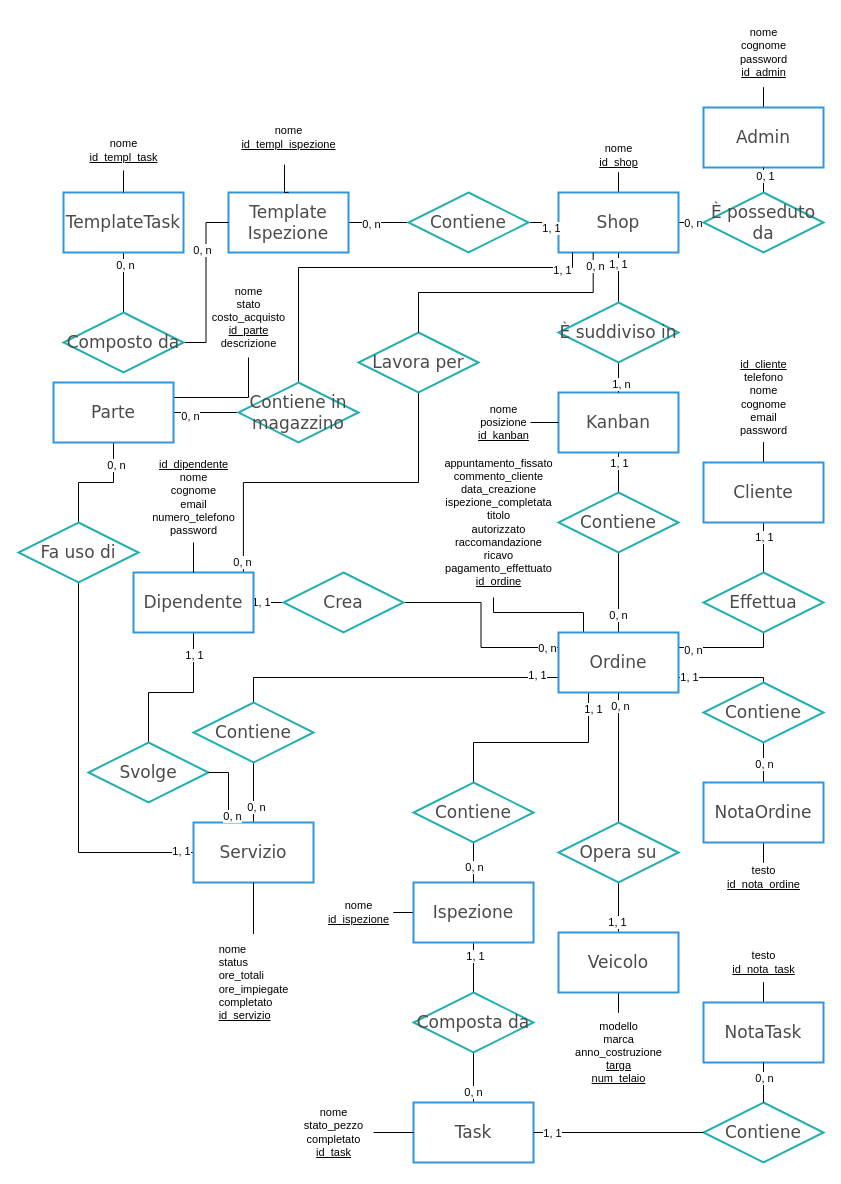
Before: resources/Officina.drawio in Mattia-Gaetano-Greco/Officina, a draw.io diagram. Source tidied: cells renumbered, new cells numbered last; positions are measured from the earlier drawing's top-left corner, leaving out a move shared by most shapes. Both pictures are drawn from the tidied source at 100%, with x=0, y=0 at pixel (18, 17).
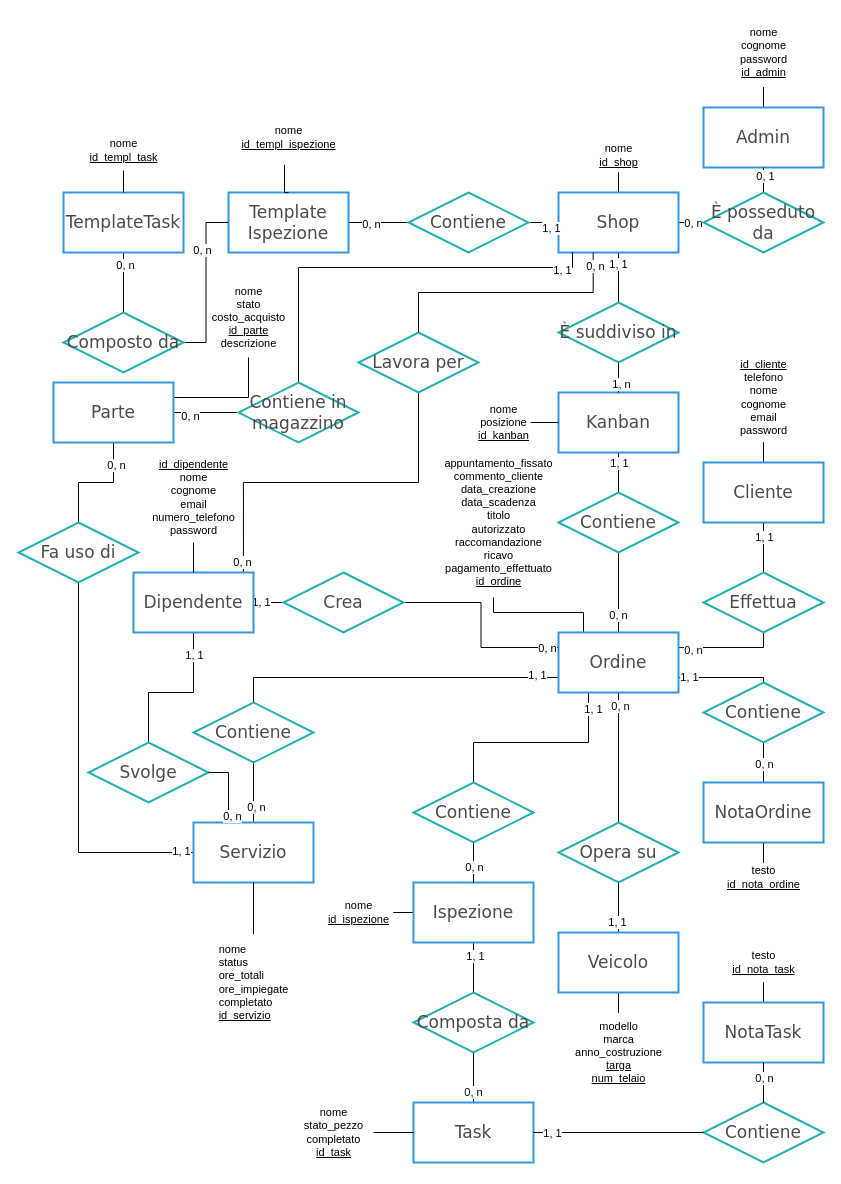
After the change.

Diff of the diagram source:
```diff
@@
-    <mxCell id="50" value="appuntamento_fissato&lt;br style=&quot;font-size: 11px;&quot;&gt;commento_cliente&lt;br style=&quot;font-size: 11px;&quot;&gt;data_creazione&lt;br style=&quot;font-size: 11px;&quot;&gt;ispezione_completata&lt;br style=&quot;font-size: 11px;&quot;&gt;titolo&lt;br style=&quot;font-size: 11px;&quot;&gt;autorizzato&lt;br style=&quot;font-size: 11px;&quot;&gt;raccomandazione&lt;br&gt;ricavo&lt;br&gt;pagamento_effettuato&lt;br style=&quot;font-size: 11px;&quot;&gt;&lt;u style=&quot;font-size: 11px;&quot;&gt;id_ordine&lt;/u&gt;" style="text;html=1;align=center;verticalAlign=middle;points=[];strokeColor=none;fillColor=none;fontSize=11;fontFamily=Helvetica;fontColor=default;" parent="1" vertex="1">
+    <mxCell id="50" value="appuntamento_fissato&lt;br style=&quot;font-size: 11px;&quot;&gt;commento_cliente&lt;br style=&quot;font-size: 11px;&quot;&gt;data_creazione&lt;br style=&quot;font-size: 11px;&quot;&gt;data_scadenza&lt;br style=&quot;font-size: 11px;&quot;&gt;titolo&lt;br style=&quot;font-size: 11px;&quot;&gt;autorizzato&lt;br style=&quot;font-size: 11px;&quot;&gt;raccomandazione&lt;br&gt;ricavo&lt;br&gt;pagamento_effettuato&lt;br style=&quot;font-size: 11px;&quot;&gt;&lt;u style=&quot;font-size: 11px;&quot;&gt;id_ordine&lt;/u&gt;" style="text;html=1;align=center;verticalAlign=middle;points=[];strokeColor=none;fillColor=none;fontSize=11;fontFamily=Helvetica;fontColor=default;" parent="1" vertex="1">
       <mxGeometry x="415" y="430" width="130" height="150" as="geometry" />
     </mxCell>
```
